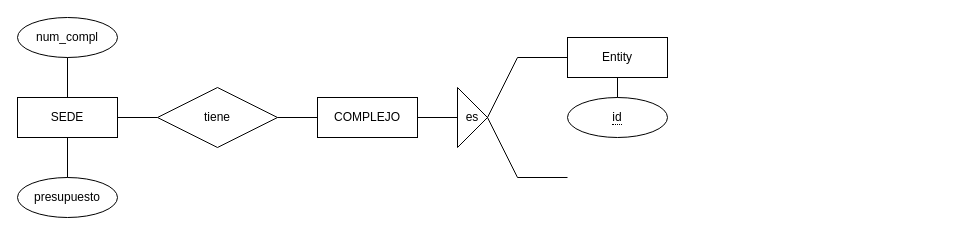
Before: Olimpiadas.drawio in Miguel-A-VN/Trabajos-jenny, a draw.io diagram. Source tidied: cells renumbered, new cells numbered last; positions are measured from the earlier drawing's top-left corner, leaving out a move shared by most shapes. Both pictures are drawn from the tidied source at 100%, with x=0, y=0 at pixel (17, 17).
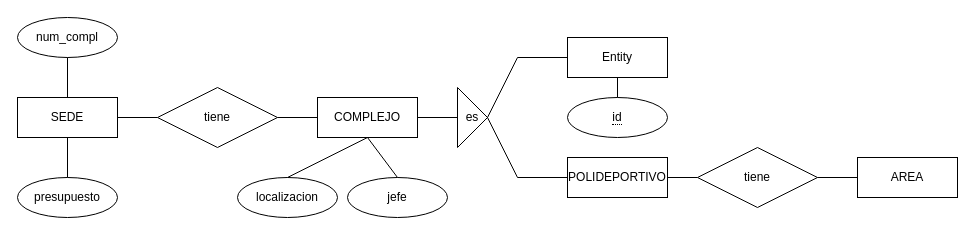
The same page after the edit.

Unchanged cells that the change refers to:
```xml
<mxCell id="6" value="COMPLEJO" style="whiteSpace=wrap;html=1;align=center;" parent="1" vertex="1">
  <mxGeometry x="300" y="80" width="100" height="40" as="geometry" />
</mxCell>
```

Diff of the diagram source:
```diff
@@
-    <mxCell id="16" style="endArrow=none;html=1;rounded=0;" parent="1" edge="1">
+    <mxCell id="16" style="endArrow=none;html=1;rounded=0;entryX=0;entryY=0.5;entryDx=0;entryDy=0;" parent="1" edge="1" target="20">
       <mxGeometry relative="1" as="geometry">
         <mxPoint x="500" y="160" as="sourcePoint" />
-        <mxPoint x="550" y="160" as="targetPoint" />
       </mxGeometry>
     </mxCell>
@@
+    <mxCell id="20" value="POLIDEPORTIVO" style="whiteSpace=wrap;html=1;align=center;" parent="1" vertex="1">
+      <mxGeometry x="550" y="140" width="100" height="40" as="geometry" />
+    </mxCell>
+    <mxCell id="21" value="AREA" style="whiteSpace=wrap;html=1;align=center;" parent="1" vertex="1">
+      <mxGeometry x="840" y="140" width="100" height="40" as="geometry" />
+    </mxCell>
+    <mxCell id="22" value="tiene" style="shape=rhombus;perimeter=rhombusPerimeter;whiteSpace=wrap;html=1;align=center;" parent="1" vertex="1">
+      <mxGeometry x="680" y="130" width="120" height="60" as="geometry" />
+    </mxCell>
+    <mxCell id="23" style="endArrow=none;html=1;rounded=0;exitX=1;exitY=0.5;exitDx=0;exitDy=0;entryX=0;entryY=0.5;entryDx=0;entryDy=0;" parent="1" edge="1" source="20" target="22">
+      <mxGeometry relative="1" as="geometry" />
+    </mxCell>
+    <mxCell id="24" style="endArrow=none;html=1;rounded=0;exitX=1;exitY=0.5;exitDx=0;exitDy=0;entryX=0;entryY=0.5;entryDx=0;entryDy=0;" parent="1" edge="1" source="22" target="21">
+      <mxGeometry relative="1" as="geometry" />
+    </mxCell>
+    <mxCell id="25" value="localizacion" style="ellipse;whiteSpace=wrap;html=1;align=center;" parent="1" vertex="1">
+      <mxGeometry x="220" y="160" width="100" height="40" as="geometry" />
+    </mxCell>
+    <mxCell id="26" value="jefe" style="ellipse;whiteSpace=wrap;html=1;align=center;" parent="1" vertex="1">
+      <mxGeometry x="330" y="160" width="100" height="40" as="geometry" />
+    </mxCell>
+    <mxCell id="27" style="endArrow=none;html=1;rounded=0;exitX=0.5;exitY=1;exitDx=0;exitDy=0;entryX=0.5;entryY=0;entryDx=0;entryDy=0;" parent="1" edge="1" source="6" target="26">
+      <mxGeometry relative="1" as="geometry" />
+    </mxCell>
+    <mxCell id="28" style="endArrow=none;html=1;rounded=0;exitX=0.5;exitY=1;exitDx=0;exitDy=0;entryX=0.5;entryY=0;entryDx=0;entryDy=0;" parent="1" edge="1" source="6" target="25">
+      <mxGeometry relative="1" as="geometry" />
+    </mxCell>
```
